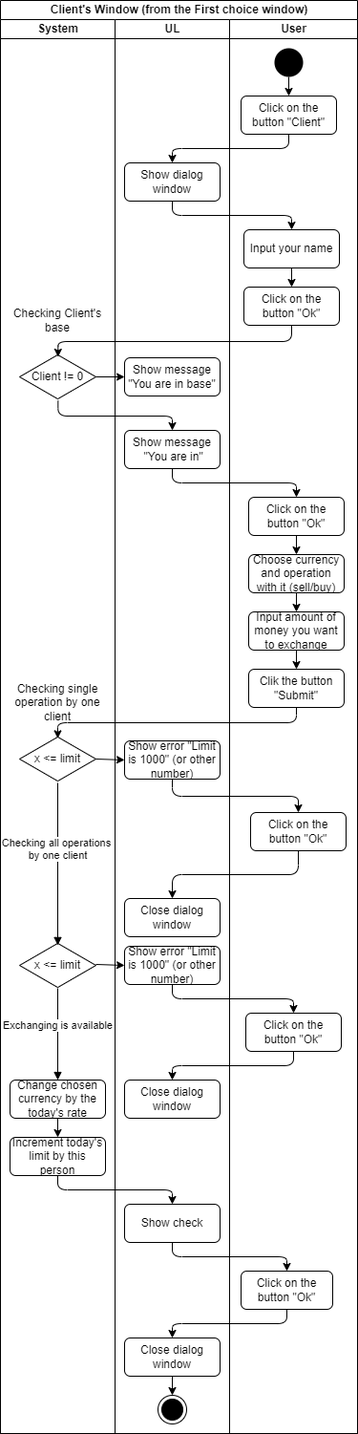
Before: Diagrams/Client_UML_diagram.png, a diagram exported from draw.io (YurAvdeenko/CurrencyConverter). Source tidied: cells renumbered, new cells last; positions are measured from the earlier drawing's top-left corner, leaving out a move shared by most shapes.
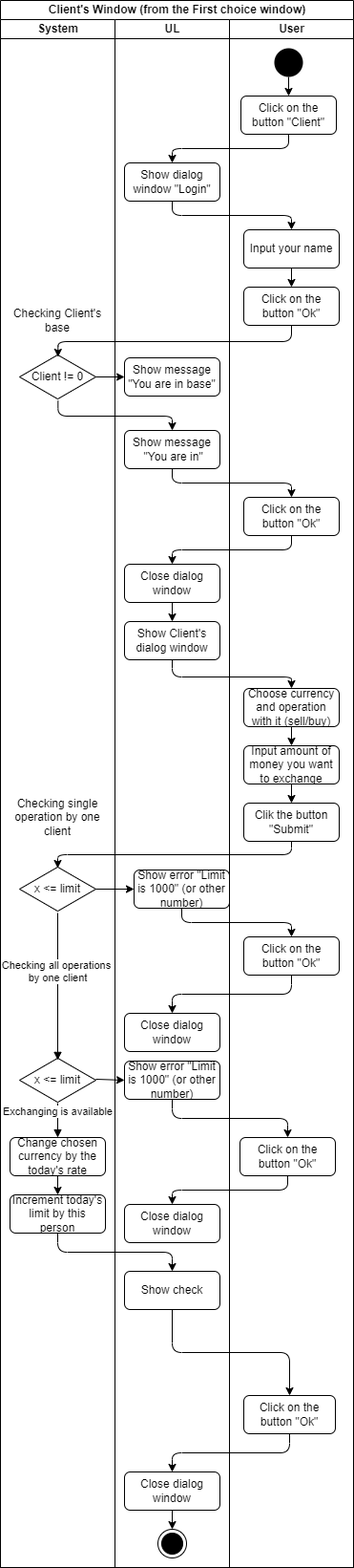
The same diagram one commit later.

Commit message:
Fix Client's UML diagram

Diff of the diagram source:
```diff
@@ -3,30 +3,30 @@
     <mxCell id="0" />
     <mxCell id="1" parent="0" />
     <mxCell id="2" value="Client's Window (from the First choice window)" style="swimlane;html=1;startSize=20;" parent="1" vertex="1">
-      <mxGeometry width="374" height="1500" as="geometry" />
+      <mxGeometry width="370" height="1640" as="geometry" />
     </mxCell>
     <mxCell id="3" value="System" style="swimlane;html=1;startSize=20;" parent="2" vertex="1">
-      <mxGeometry y="20" width="120" height="1480" as="geometry" />
+      <mxGeometry y="20" width="120" height="1620" as="geometry" />
     </mxCell>
     <mxCell id="4" value="Change chosen currency by the today's rate" style="rounded=1;whiteSpace=wrap;html=1;" parent="3" vertex="1">
-      <mxGeometry x="10" y="1110" width="100" height="40" as="geometry" />
+      <mxGeometry x="10" y="1170" width="100" height="40" as="geometry" />
     </mxCell>
     <mxCell id="5" value="Increment today's limit by this person" style="rounded=1;whiteSpace=wrap;html=1;" parent="3" vertex="1">
-      <mxGeometry x="10" y="1170" width="100" height="40" as="geometry" />
+      <mxGeometry x="10" y="1230" width="100" height="40" as="geometry" />
     </mxCell>
-    <mxCell id="6" value="x &amp;lt;= limit" style="html=1;whiteSpace=wrap;shape=isoRectangle;" parent="3" vertex="1">
-      <mxGeometry x="20" y="750" width="80" height="48" as="geometry" />
-    </mxCell>
+    <mxCell id="59" value="x &amp;lt;= limit" style="html=1;whiteSpace=wrap;shape=isoRectangle;" parent="3" vertex="1">
+      <mxGeometry x="20" y="886" width="80" height="48" as="geometry" />
+    </mxCell>
     <mxCell id="7" value="Checking single operation by one client" style="text;html=1;strokeColor=none;fillColor=none;align=center;verticalAlign=middle;whiteSpace=wrap;rounded=0;" parent="3" vertex="1">
-      <mxGeometry x="10" y="680" width="100" height="70" as="geometry" />
+      <mxGeometry x="10" y="800" width="100" height="70" as="geometry" />
     </mxCell>
-    <mxCell id="8" value="x &amp;lt;= limit" style="html=1;whiteSpace=wrap;shape=isoRectangle;" parent="3" vertex="1">
-      <mxGeometry x="20" y="966" width="80" height="48" as="geometry" />
-    </mxCell>
+    <mxCell id="60" value="x &amp;lt;= limit" style="html=1;whiteSpace=wrap;shape=isoRectangle;" parent="3" vertex="1">
+      <mxGeometry x="20" y="1086" width="80" height="48" as="geometry" />
+    </mxCell>
-    <mxCell id="9" value="Checking all operations &lt;br&gt;by one client" style="html=1;verticalAlign=bottom;endArrow=block;exitX=0.5;exitY=1.02;exitDx=0;exitDy=0;exitPerimeter=0;entryX=0.5;entryY=0.06;entryDx=0;entryDy=0;entryPerimeter=0;" parent="3" edge="1" source="6" target="8">
+    <mxCell id="9" value="Checking all operations &lt;br&gt;by one client" style="html=1;verticalAlign=bottom;endArrow=block;exitX=0.5;exitY=1.02;exitDx=0;exitDy=0;exitPerimeter=0;entryX=0.5;entryY=0.06;entryDx=0;entryDy=0;entryPerimeter=0;" parent="3" edge="1" source="59" target="60">
       <mxGeometry relative="1" as="geometry" />
     </mxCell>
-    <mxCell id="10" value="Exchanging is available" style="html=1;verticalAlign=bottom;endArrow=block;entryX=0.5;entryY=0;entryDx=0;entryDy=0;exitX=0.5;exitY=1;exitDx=0;exitDy=0;exitPerimeter=0;" parent="3" edge="1" source="8" target="4">
+    <mxCell id="10" value="Exchanging is available" style="html=1;verticalAlign=bottom;endArrow=block;entryX=0.5;entryY=0;entryDx=0;entryDy=0;exitX=0.5;exitY=1;exitDx=0;exitDy=0;exitPerimeter=0;" parent="3" edge="1" source="60" target="4">
       <mxGeometry relative="1" as="geometry" />
     </mxCell>
     <mxCell id="11" style="endArrow=classic;html=1;rounded=0;exitX=0.5;exitY=1;exitDx=0;exitDy=0;entryX=0.5;entryY=0;entryDx=0;entryDy=0;" parent="3" edge="1" source="4" target="5">
@@ -39,43 +39,52 @@
       <mxGeometry x="10" y="280" width="100" height="70" as="geometry" />
     </mxCell>
     <mxCell id="14" value="UL" style="swimlane;html=1;startSize=20;" parent="2" vertex="1">
-      <mxGeometry x="120" y="20" width="120" height="1480" as="geometry" />
+      <mxGeometry x="120" y="20" width="120" height="1620" as="geometry" />
     </mxCell>
-    <mxCell id="15" value="Show dialog window" style="rounded=1;whiteSpace=wrap;html=1;" parent="14" vertex="1">
-      <mxGeometry x="10" y="150" width="100" height="40" as="geometry" />
-    </mxCell>
+    <mxCell id="61" value="Show dialog window &quot;Login&quot;" style="rounded=1;whiteSpace=wrap;html=1;" parent="14" vertex="1">
+      <mxGeometry x="10" y="150" width="100" height="40" as="geometry" />
+    </mxCell>
     <mxCell id="16" value="Show check" style="rounded=1;whiteSpace=wrap;html=1;" parent="14" vertex="1">
-      <mxGeometry x="10" y="1240" width="100" height="40" as="geometry" />
+      <mxGeometry x="10" y="1310" width="100" height="40" as="geometry" />
     </mxCell>
     <mxCell id="17" value="Close dialog window" style="rounded=1;whiteSpace=wrap;html=1;" parent="14" vertex="1">
-      <mxGeometry x="10" y="1380" width="100" height="40" as="geometry" />
+      <mxGeometry x="10" y="1520" width="100" height="40" as="geometry" />
     </mxCell>
-    <mxCell id="18" style="ellipse;html=1;shape=endState;fillColor=#000000;strokeColor=#000000;" parent="14" vertex="1">
-      <mxGeometry x="45" y="1440" width="30" height="30" as="geometry" />
-    </mxCell>
-    <mxCell id="19" style="endArrow=classic;html=1;exitX=0.5;exitY=1;exitDx=0;exitDy=0;entryX=0.5;entryY=0;entryDx=0;entryDy=0;" parent="14" edge="1" source="17" target="18">
-      <mxGeometry relative="1" as="geometry" />
-    </mxCell>
-    <mxCell id="20" value="&lt;span&gt;Show error &quot;Limit is 1000&quot; (or other number)&lt;/span&gt;" style="rounded=1;whiteSpace=wrap;html=1;" parent="14" vertex="1">
-      <mxGeometry x="10" y="755" width="100" height="40" as="geometry" />
-    </mxCell>
-    <mxCell id="21" value="&lt;span&gt;Close dialog window&lt;/span&gt;" style="rounded=1;whiteSpace=wrap;html=1;" parent="14" vertex="1">
-      <mxGeometry x="10" y="920" width="100" height="40" as="geometry" />
-    </mxCell>
-    <mxCell id="22" value="&lt;span&gt;Show error &quot;Limit is 1000&quot; (or other number)&lt;/span&gt;" style="rounded=1;whiteSpace=wrap;html=1;" parent="14" vertex="1">
-      <mxGeometry x="10" y="970" width="100" height="40" as="geometry" />
-    </mxCell>
-    <mxCell id="23" value="&lt;span&gt;Close dialog window&lt;/span&gt;" style="rounded=1;whiteSpace=wrap;html=1;" parent="14" vertex="1">
-      <mxGeometry x="10" y="1110" width="100" height="40" as="geometry" />
-    </mxCell>
+    <mxCell id="62" style="ellipse;html=1;shape=endState;fillColor=#000000;strokeColor=#000000;" parent="14" vertex="1">
+      <mxGeometry x="45" y="1580" width="30" height="30" as="geometry" />
+    </mxCell>
+    <mxCell id="63" style="endArrow=classic;html=1;exitX=0.5;exitY=1;exitDx=0;exitDy=0;entryX=0.5;entryY=0;entryDx=0;entryDy=0;" parent="14" edge="1" source="17" target="62">
+      <mxGeometry relative="1" as="geometry" />
+    </mxCell>
+    <mxCell id="64" value="&lt;span&gt;Show error &quot;Limit is 1000&quot; (or other number)&lt;/span&gt;" style="rounded=1;whiteSpace=wrap;html=1;" parent="14" vertex="1">
+      <mxGeometry x="20" y="890" width="100" height="40" as="geometry" />
+    </mxCell>
+    <mxCell id="65" value="&lt;span&gt;Close dialog window&lt;/span&gt;" style="rounded=1;whiteSpace=wrap;html=1;" parent="14" vertex="1">
+      <mxGeometry x="10" y="1040" width="100" height="40" as="geometry" />
+    </mxCell>
+    <mxCell id="66" value="&lt;span&gt;Show error &quot;Limit is 1000&quot; (or other number)&lt;/span&gt;" style="rounded=1;whiteSpace=wrap;html=1;" parent="14" vertex="1">
+      <mxGeometry x="10" y="1090" width="100" height="40" as="geometry" />
+    </mxCell>
+    <mxCell id="67" value="&lt;span&gt;Close dialog window&lt;/span&gt;" style="rounded=1;whiteSpace=wrap;html=1;" parent="14" vertex="1">
+      <mxGeometry x="10" y="1240" width="100" height="40" as="geometry" />
+    </mxCell>
     <mxCell id="24" value="&lt;span&gt;Show message &quot;You are in base&quot;&lt;/span&gt;" style="rounded=1;whiteSpace=wrap;html=1;" parent="14" vertex="1">
       <mxGeometry x="10" y="354" width="100" height="40" as="geometry" />
     </mxCell>
     <mxCell id="25" value="&lt;span&gt;Show&amp;nbsp;&lt;/span&gt;message&lt;span&gt;&lt;br&gt;&amp;nbsp;&quot;You are in&quot;&lt;/span&gt;" style="rounded=1;whiteSpace=wrap;html=1;" parent="14" vertex="1">
       <mxGeometry x="10" y="430" width="100" height="40" as="geometry" />
     </mxCell>
+    <mxCell id="68" style="edgeStyle=orthogonalEdgeStyle;rounded=0;jettySize=auto;html=1;exitX=0.5;exitY=1;exitDx=0;exitDy=0;entryX=0.5;entryY=0;entryDx=0;entryDy=0;" parent="14" edge="1" source="69" target="70">
+      <mxGeometry relative="1" as="geometry" />
+    </mxCell>
+    <mxCell id="69" value="&lt;span&gt;Close dialog window&lt;/span&gt;" style="rounded=1;whiteSpace=wrap;html=1;" parent="14" vertex="1">
+      <mxGeometry x="10" y="570" width="100" height="40" as="geometry" />
+    </mxCell>
+    <mxCell id="70" value="&lt;span&gt;Show Client's dialog window&lt;/span&gt;" style="rounded=1;whiteSpace=wrap;html=1;" parent="14" vertex="1">
+      <mxGeometry x="10" y="630" width="100" height="40" as="geometry" />
+    </mxCell>
     <mxCell id="26" value="User" style="swimlane;html=1;startSize=20;" parent="2" vertex="1">
-      <mxGeometry x="240" y="20" width="134" height="1480" as="geometry" />
+      <mxGeometry x="240" y="20" width="130" height="1620" as="geometry" />
     </mxCell>
     <mxCell id="27" style="ellipse;fillColor=#000000;strokeColor=none;" parent="26" vertex="1">
       <mxGeometry x="47" y="30" width="30" height="30" as="geometry" />
@@ -87,22 +96,22 @@
       <mxGeometry relative="1" as="geometry" />
     </mxCell>
     <mxCell id="30" value="Choose currency and operation with it (sell/buy)" style="rounded=1;whiteSpace=wrap;html=1;" parent="26" vertex="1">
-      <mxGeometry x="20" y="560" width="100" height="40" as="geometry" />
+      <mxGeometry x="15" y="700" width="100" height="40" as="geometry" />
     </mxCell>
-    <mxCell id="31" value="&lt;span&gt;Click on the button &quot;Ok&quot;&lt;/span&gt;" style="rounded=1;whiteSpace=wrap;html=1;" parent="26" vertex="1">
-      <mxGeometry x="12" y="1310" width="96" height="40" as="geometry" />
-    </mxCell>
+    <mxCell id="71" value="&lt;span&gt;Click on the button &quot;Ok&quot;&lt;/span&gt;" style="rounded=1;whiteSpace=wrap;html=1;" parent="26" vertex="1">
+      <mxGeometry x="15" y="1440" width="96" height="40" as="geometry" />
+    </mxCell>
     <mxCell id="32" value="Input amount of money you want to exchange" style="rounded=1;whiteSpace=wrap;html=1;" parent="26" vertex="1">
-      <mxGeometry x="20" y="620" width="100" height="40" as="geometry" />
+      <mxGeometry x="15" y="760" width="100" height="40" as="geometry" />
     </mxCell>
-    <mxCell id="33" value="&lt;span&gt;Click on the button &quot;Ok&quot;&lt;/span&gt;" style="rounded=1;whiteSpace=wrap;html=1;" parent="26" vertex="1">
-      <mxGeometry x="22" y="830" width="100" height="40" as="geometry" />
-    </mxCell>
-    <mxCell id="34" value="&lt;span&gt;Click on the button &quot;Ok&quot;&lt;/span&gt;" style="rounded=1;whiteSpace=wrap;html=1;" parent="26" vertex="1">
-      <mxGeometry x="17" y="1040" width="100" height="40" as="geometry" />
-    </mxCell>
+    <mxCell id="72" value="&lt;span&gt;Click on the button &quot;Ok&quot;&lt;/span&gt;" style="rounded=1;whiteSpace=wrap;html=1;" parent="26" vertex="1">
+      <mxGeometry x="15" y="960" width="100" height="40" as="geometry" />
+    </mxCell>
+    <mxCell id="73" value="&lt;span&gt;Click on the button &quot;Ok&quot;&lt;/span&gt;" style="rounded=1;whiteSpace=wrap;html=1;" parent="26" vertex="1">
+      <mxGeometry x="11" y="1170" width="100" height="40" as="geometry" />
+    </mxCell>
     <mxCell id="35" value="Clik the button &quot;Submit&quot;" style="rounded=1;whiteSpace=wrap;html=1;" parent="26" vertex="1">
-      <mxGeometry x="20" y="680" width="100" height="40" as="geometry" />
+      <mxGeometry x="15" y="820" width="100" height="40" as="geometry" />
     </mxCell>
     <mxCell id="36" style="endArrow=classic;html=1;rounded=0;exitX=0.5;exitY=1;exitDx=0;exitDy=0;entryX=0.5;entryY=0;entryDx=0;entryDy=0;" parent="26" edge="1" source="32" target="35">
       <mxGeometry relative="1" as="geometry" />
@@ -116,49 +125,39 @@
     <mxCell id="39" value="&lt;span&gt;Click on the button &quot;Ok&quot;&lt;/span&gt;" style="rounded=1;whiteSpace=wrap;html=1;" parent="26" vertex="1">
       <mxGeometry x="15" y="280" width="100" height="40" as="geometry" />
     </mxCell>
-    <mxCell id="40" value="&lt;span&gt;Click on the button &quot;Ok&quot;&lt;/span&gt;" style="rounded=1;whiteSpace=wrap;html=1;" parent="26" vertex="1">
-      <mxGeometry x="20" y="500" width="100" height="40" as="geometry" />
-    </mxCell>
-    <mxCell id="41" style="endArrow=classic;html=1;rounded=0;exitX=0.5;exitY=1;exitDx=0;exitDy=0;entryX=0.5;entryY=0;entryDx=0;entryDy=0;" parent="26" edge="1" source="40" target="30">
-      <mxGeometry relative="1" as="geometry" />
-    </mxCell>
+    <mxCell id="74" value="&lt;span&gt;Click on the button &quot;Ok&quot;&lt;/span&gt;" style="rounded=1;whiteSpace=wrap;html=1;" parent="26" vertex="1">
+      <mxGeometry x="15" y="500" width="100" height="40" as="geometry" />
+    </mxCell>
     <mxCell id="42" style="endArrow=classic;html=1;rounded=0;exitX=0.5;exitY=1;exitDx=0;exitDy=0;entryX=0.5;entryY=0;entryDx=0;entryDy=0;" parent="26" edge="1" source="30" target="32">
       <mxGeometry relative="1" as="geometry" />
     </mxCell>
-    <mxCell id="43" style="edgeStyle=elbowEdgeStyle;elbow=vertical;endArrow=classic;html=1;entryX=0.5;entryY=0;entryDx=0;entryDy=0;exitX=0.5;exitY=1;exitDx=0;exitDy=0;" parent="2" edge="1" source="28" target="15">
-      <mxGeometry relative="1" as="geometry" />
-    </mxCell>
-    <mxCell id="44" style="edgeStyle=elbowEdgeStyle;elbow=vertical;endArrow=classic;html=1;exitX=0.5;exitY=1;exitDx=0;exitDy=0;entryX=0.5;entryY=0;entryDx=0;entryDy=0;" parent="2" edge="1" source="16" target="31">
-      <mxGeometry relative="1" as="geometry" />
-    </mxCell>
-    <mxCell id="45" style="edgeStyle=elbowEdgeStyle;elbow=vertical;endArrow=classic;html=1;exitX=0.5;exitY=1;exitDx=0;exitDy=0;entryX=0.5;entryY=0;entryDx=0;entryDy=0;" parent="2" edge="1" source="31" target="17">
-      <mxGeometry relative="1" as="geometry" />
-    </mxCell>
-    <mxCell id="46" style="endArrow=classic;html=1;rounded=0;exitX=1;exitY=0.5;exitDx=0;exitDy=0;exitPerimeter=0;entryX=0;entryY=0.5;entryDx=0;entryDy=0;" parent="2" edge="1" source="6" target="20">
-      <mxGeometry relative="1" as="geometry" />
-    </mxCell>
-    <mxCell id="47" style="edgeStyle=elbowEdgeStyle;elbow=vertical;endArrow=classic;html=1;exitX=0.5;exitY=1;exitDx=0;exitDy=0;entryX=0.5;entryY=0;entryDx=0;entryDy=0;" parent="2" edge="1" source="20" target="33">
-      <mxGeometry relative="1" as="geometry" />
-    </mxCell>
-    <mxCell id="48" style="edgeStyle=elbowEdgeStyle;elbow=vertical;endArrow=classic;html=1;exitX=0.5;exitY=1;exitDx=0;exitDy=0;entryX=0.5;entryY=0;entryDx=0;entryDy=0;" parent="2" edge="1" source="33" target="21">
-      <mxGeometry relative="1" as="geometry" />
-    </mxCell>
-    <mxCell id="49" style="edgeStyle=elbowEdgeStyle;elbow=vertical;endArrow=classic;html=1;exitX=0.5;exitY=1;exitDx=0;exitDy=0;entryX=0.5;entryY=0;entryDx=0;entryDy=0;" parent="2" edge="1" source="22" target="34">
-      <mxGeometry relative="1" as="geometry" />
-    </mxCell>
-    <mxCell id="50" style="edgeStyle=elbowEdgeStyle;elbow=vertical;endArrow=classic;html=1;exitX=0.5;exitY=1;exitDx=0;exitDy=0;entryX=0.5;entryY=0;entryDx=0;entryDy=0;" parent="2" edge="1" source="34" target="23">
-      <mxGeometry relative="1" as="geometry" />
-    </mxCell>
-    <mxCell id="51" style="edgeStyle=elbowEdgeStyle;elbow=vertical;endArrow=classic;html=1;exitX=0.5;exitY=1;exitDx=0;exitDy=0;entryX=0.5;entryY=0.05;entryDx=0;entryDy=0;entryPerimeter=0;" parent="2" edge="1" source="35" target="6">
-      <mxGeometry relative="1" as="geometry">
-        <Array as="points">
-          <mxPoint x="80" y="756" />
-        </Array>
-      </mxGeometry>
-    </mxCell>
-    <mxCell id="52" style="edgeStyle=elbowEdgeStyle;elbow=vertical;endArrow=classic;html=1;entryX=0.5;entryY=0;entryDx=0;entryDy=0;exitX=0.5;exitY=1;exitDx=0;exitDy=0;" parent="2" edge="1" source="15" target="38">
-      <mxGeometry relative="1" as="geometry" />
-    </mxCell>
+    <mxCell id="75" style="edgeStyle=elbowEdgeStyle;elbow=vertical;endArrow=classic;html=1;entryX=0.5;entryY=0;entryDx=0;entryDy=0;exitX=0.5;exitY=1;exitDx=0;exitDy=0;" parent="2" edge="1" source="28" target="61">
+      <mxGeometry relative="1" as="geometry" />
+    </mxCell>
+    <mxCell id="76" style="edgeStyle=elbowEdgeStyle;elbow=vertical;endArrow=classic;html=1;exitX=0.5;exitY=1;exitDx=0;exitDy=0;entryX=0.5;entryY=0;entryDx=0;entryDy=0;" parent="2" edge="1" source="16" target="71">
+      <mxGeometry relative="1" as="geometry" />
+    </mxCell>
+    <mxCell id="77" style="edgeStyle=elbowEdgeStyle;elbow=vertical;endArrow=classic;html=1;exitX=0.5;exitY=1;exitDx=0;exitDy=0;entryX=0.5;entryY=0;entryDx=0;entryDy=0;" parent="2" edge="1" source="71" target="17">
+      <mxGeometry relative="1" as="geometry" />
+    </mxCell>
+    <mxCell id="78" style="endArrow=classic;html=1;rounded=0;exitX=1;exitY=0.5;exitDx=0;exitDy=0;exitPerimeter=0;entryX=0;entryY=0.5;entryDx=0;entryDy=0;" parent="2" edge="1" source="59" target="64">
+      <mxGeometry relative="1" as="geometry" />
+    </mxCell>
+    <mxCell id="79" style="edgeStyle=elbowEdgeStyle;elbow=vertical;endArrow=classic;html=1;exitX=0.5;exitY=1;exitDx=0;exitDy=0;entryX=0.5;entryY=0;entryDx=0;entryDy=0;" parent="2" edge="1" source="64" target="72">
+      <mxGeometry relative="1" as="geometry" />
+    </mxCell>
+    <mxCell id="80" style="edgeStyle=elbowEdgeStyle;elbow=vertical;endArrow=classic;html=1;exitX=0.5;exitY=1;exitDx=0;exitDy=0;entryX=0.5;entryY=0;entryDx=0;entryDy=0;" parent="2" edge="1" source="72" target="65">
+      <mxGeometry relative="1" as="geometry" />
+    </mxCell>
+    <mxCell id="81" style="edgeStyle=elbowEdgeStyle;elbow=vertical;endArrow=classic;html=1;exitX=0.5;exitY=1;exitDx=0;exitDy=0;entryX=0.5;entryY=0;entryDx=0;entryDy=0;" parent="2" edge="1" source="66" target="73">
+      <mxGeometry relative="1" as="geometry" />
+    </mxCell>
+    <mxCell id="82" style="edgeStyle=elbowEdgeStyle;elbow=vertical;endArrow=classic;html=1;exitX=0.5;exitY=1;exitDx=0;exitDy=0;entryX=0.5;entryY=0;entryDx=0;entryDy=0;" parent="2" edge="1" source="73" target="67">
+      <mxGeometry relative="1" as="geometry" />
+    </mxCell>
+    <mxCell id="83" style="edgeStyle=elbowEdgeStyle;elbow=vertical;endArrow=classic;html=1;entryX=0.5;entryY=0;entryDx=0;entryDy=0;exitX=0.5;exitY=1;exitDx=0;exitDy=0;" parent="2" edge="1" source="61" target="38">
+      <mxGeometry relative="1" as="geometry" />
+    </mxCell>
     <mxCell id="53" style="edgeStyle=elbowEdgeStyle;elbow=vertical;endArrow=classic;html=1;entryX=0.504;entryY=0.063;entryDx=0;entryDy=0;exitX=0.5;exitY=1;exitDx=0;exitDy=0;entryPerimeter=0;" parent="2" edge="1" source="39" target="12">
       <mxGeometry relative="1" as="geometry" />
     </mxCell>
@@ -168,14 +167,27 @@
     <mxCell id="55" style="edgeStyle=elbowEdgeStyle;elbow=vertical;endArrow=classic;html=1;entryX=0.5;entryY=0;entryDx=0;entryDy=0;exitX=0.504;exitY=1.021;exitDx=0;exitDy=0;exitPerimeter=0;" parent="2" edge="1" source="12" target="25">
       <mxGeometry relative="1" as="geometry" />
     </mxCell>
-    <mxCell id="56" style="edgeStyle=elbowEdgeStyle;elbow=vertical;endArrow=classic;html=1;entryX=0.5;entryY=0;entryDx=0;entryDy=0;exitX=0.5;exitY=1;exitDx=0;exitDy=0;" parent="2" edge="1" source="25" target="40">
-      <mxGeometry relative="1" as="geometry" />
-    </mxCell>
-    <mxCell id="57" style="endArrow=classic;html=1;rounded=0;exitX=1;exitY=0.479;exitDx=0;exitDy=0;exitPerimeter=0;entryX=0;entryY=0.5;entryDx=0;entryDy=0;" parent="2" edge="1" source="8" target="22">
-      <mxGeometry relative="1" as="geometry" />
-    </mxCell>
+    <mxCell id="84" style="edgeStyle=elbowEdgeStyle;elbow=vertical;endArrow=classic;html=1;entryX=0.5;entryY=0;entryDx=0;entryDy=0;exitX=0.5;exitY=1;exitDx=0;exitDy=0;" parent="2" edge="1" source="25" target="74">
+      <mxGeometry relative="1" as="geometry" />
+    </mxCell>
+    <mxCell id="85" style="endArrow=classic;html=1;rounded=0;exitX=1;exitY=0.479;exitDx=0;exitDy=0;exitPerimeter=0;entryX=0;entryY=0.5;entryDx=0;entryDy=0;" parent="2" edge="1" source="60" target="66">
+      <mxGeometry relative="1" as="geometry" />
+    </mxCell>
     <mxCell id="58" style="edgeStyle=elbowEdgeStyle;elbow=vertical;endArrow=classic;html=1;exitX=0.5;exitY=1;exitDx=0;exitDy=0;entryX=0.5;entryY=0;entryDx=0;entryDy=0;" parent="2" edge="1" source="5" target="16">
       <mxGeometry relative="1" as="geometry" />
     </mxCell>
+    <mxCell id="86" style="edgeStyle=elbowEdgeStyle;elbow=vertical;endArrow=classic;html=1;exitX=0.5;exitY=1;exitDx=0;exitDy=0;entryX=0.5;entryY=0;entryDx=0;entryDy=0;" parent="2" edge="1" source="74" target="69">
+      <mxGeometry relative="1" as="geometry" />
+    </mxCell>
+    <mxCell id="87" style="edgeStyle=elbowEdgeStyle;elbow=vertical;endArrow=classic;html=1;exitX=0.5;exitY=1;exitDx=0;exitDy=0;entryX=0.5;entryY=0.042;entryDx=0;entryDy=0;entryPerimeter=0;" parent="2" edge="1" source="35" target="59">
+      <mxGeometry relative="1" as="geometry" />
+    </mxCell>
+    <mxCell id="88" style="edgeStyle=elbowEdgeStyle;elbow=vertical;endArrow=classic;html=1;exitX=0.5;exitY=1;exitDx=0;exitDy=0;entryX=0.5;entryY=0;entryDx=0;entryDy=0;" parent="2" edge="1" source="70" target="30">
+      <mxGeometry relative="1" as="geometry">
+        <Array as="points">
+          <mxPoint x="310" y="708" />
+        </Array>
+      </mxGeometry>
+    </mxCell>
   </root>
 </mxGraphModel>
```
